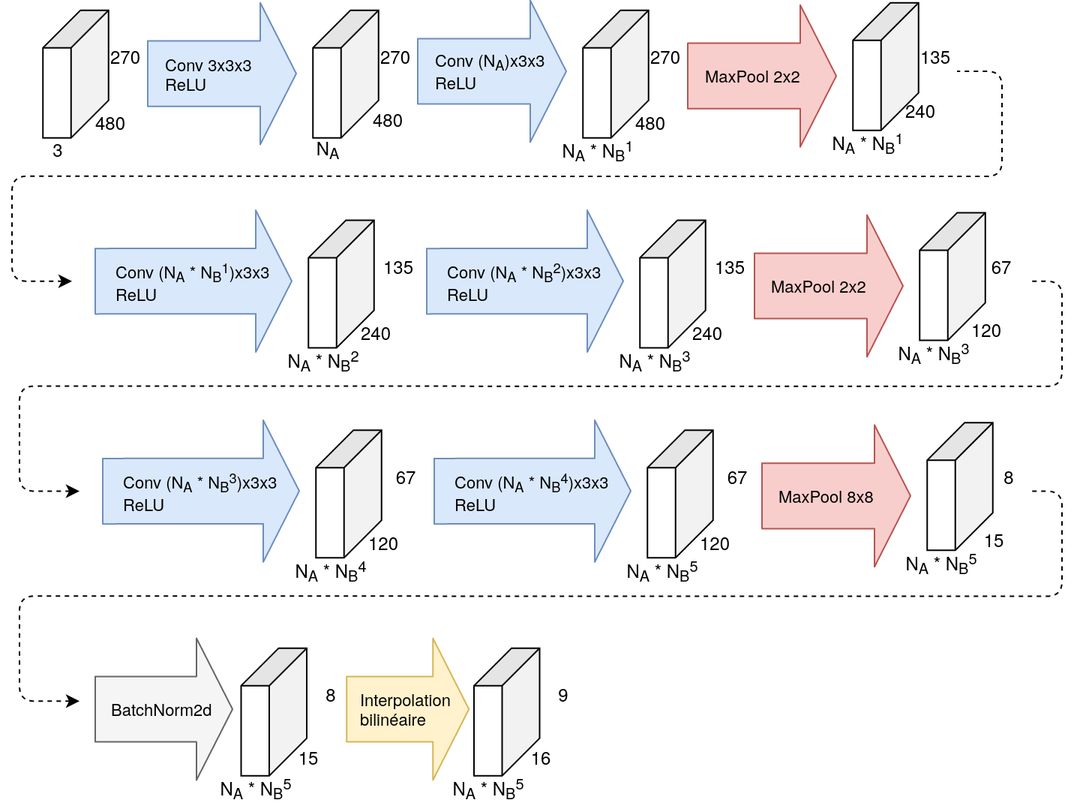
Above: rapport/images/Architecture_SmallCnnWithAutoencoder.png in mamaheux/CuriousNetwork (draw.io), before the change. Source tidied: cells renumbered, new cells last; positions are measured from the earlier drawing's top-left corner, leaving out a move shared by most shapes.
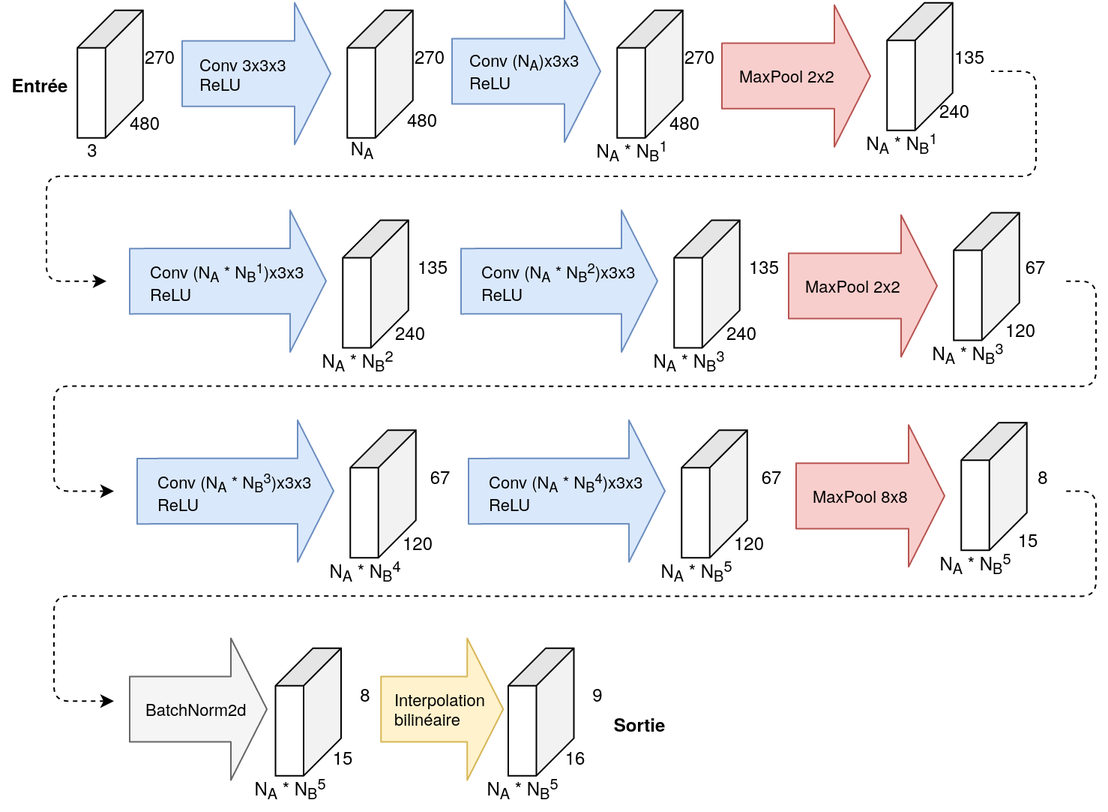
After the change.

The edit, as a diff of the source:
```diff
@@ -248,5 +248,11 @@
     <mxCell id="63" value="16" style="text;html=1;align=center;verticalAlign=middle;" parent="1" vertex="1">
       <mxGeometry x="337.9" y="471.9" width="30" height="20" as="geometry" />
     </mxCell>
+    <mxCell id="64" value="&lt;b&gt;Sortie&lt;/b&gt;" style="text;html=1;align=center;verticalAlign=middle;" parent="1" vertex="1">
+      <mxGeometry x="370.5" y="450" width="50" height="20" as="geometry" />
+    </mxCell>
+    <mxCell id="65" value="&lt;b&gt;Entrée&lt;/b&gt;" style="text;html=1;align=center;verticalAlign=middle;" parent="1" vertex="1">
+      <mxGeometry x="-29.5" y="23.8" width="50" height="20" as="geometry" />
+    </mxCell>
   </root>
 </mxGraphModel>
```
